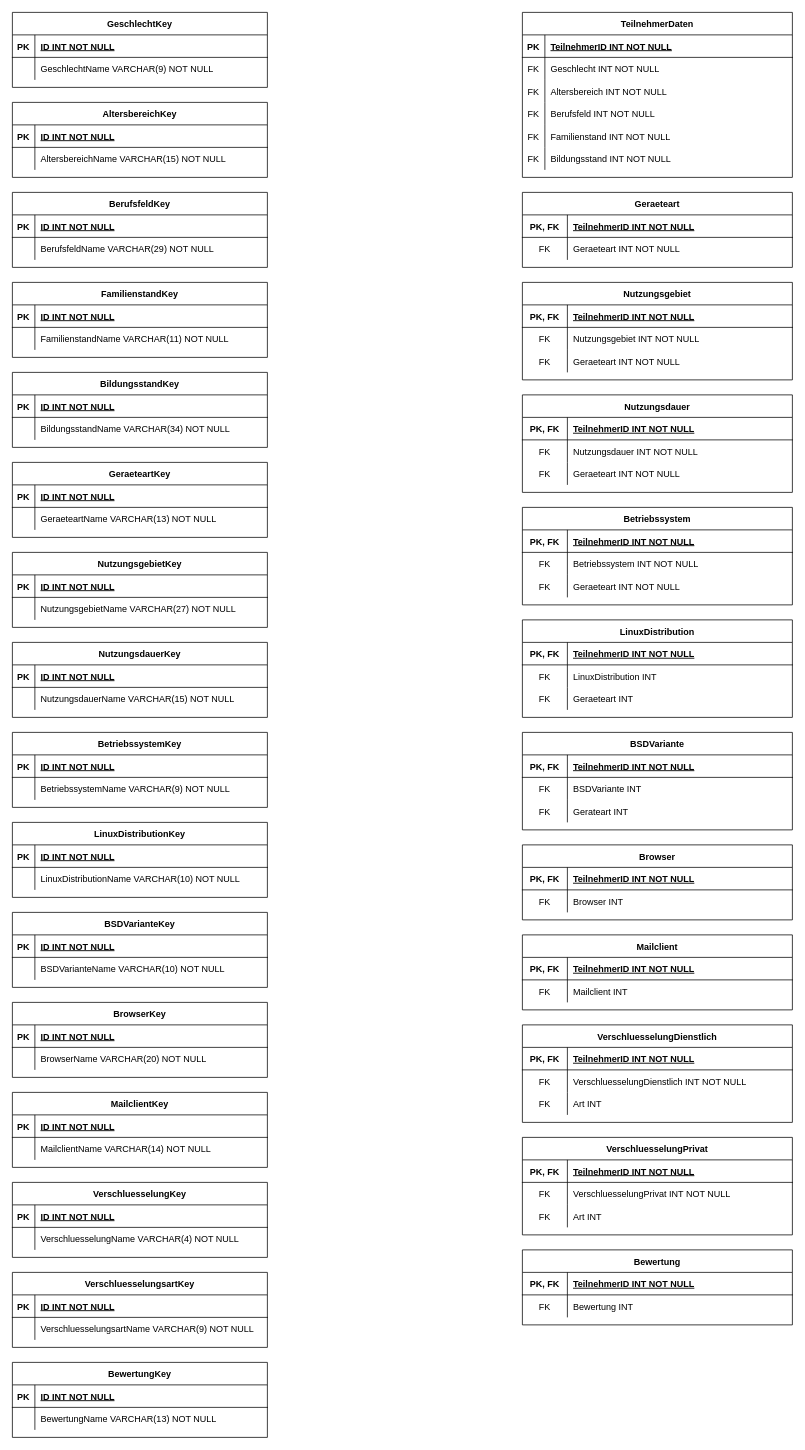
cdr311/survey keeps this draw.io diagram as survey.drawio. Above is the earlier version. Source tidied: cells renumbered, new cells numbered last; positions are measured from the earlier drawing's top-left corner, leaving out a move shared by most shapes. Both pictures are drawn from the tidied source at 75%, with x=0, y=0 at pixel (12, 12).
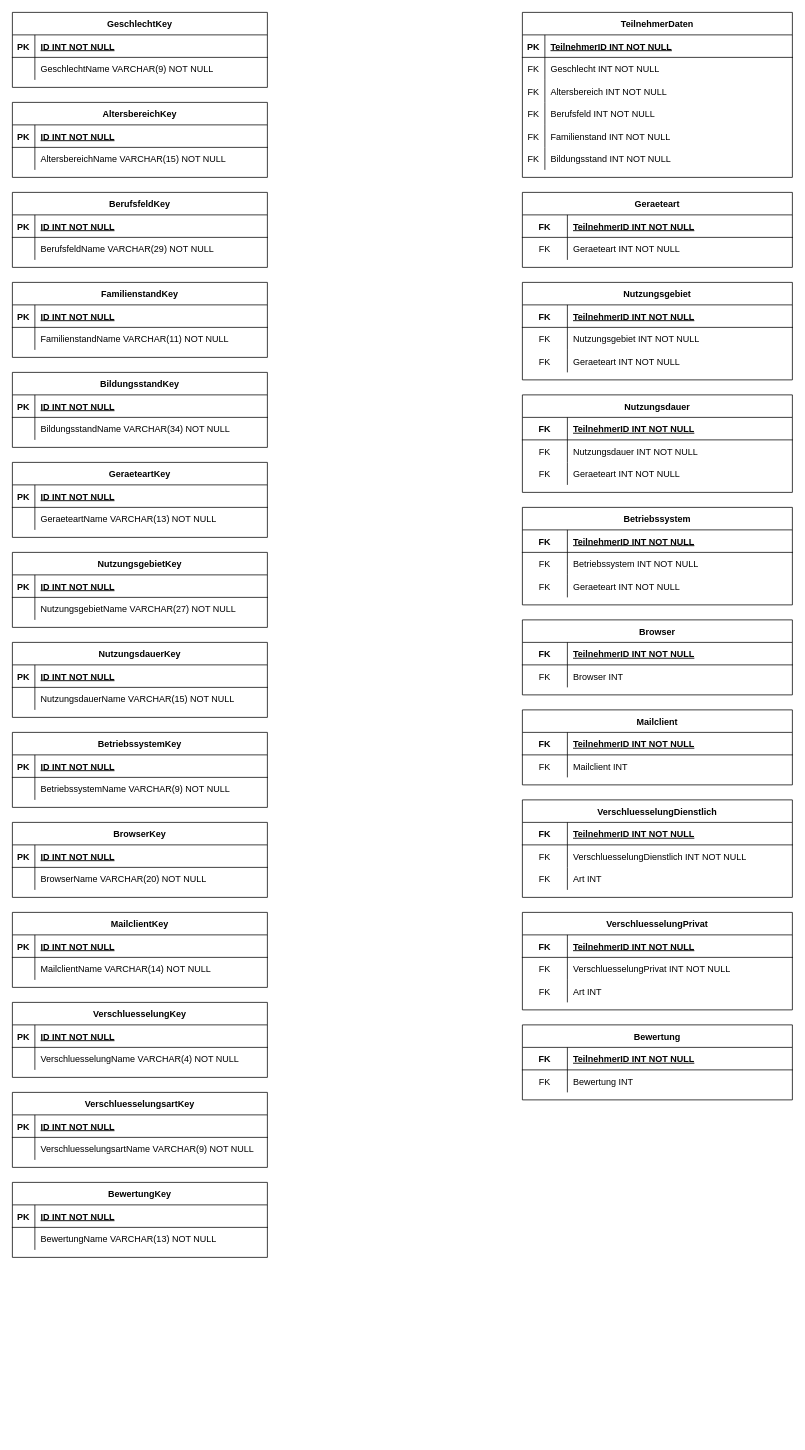
The same page after the edit.

Commit message (it also covers changes not shown here):
Aktualisiere die Grafik zum Datenbankschema

The change refers to these unchanged cells:
```xml
<mxCell id="120" style="shape=tableRow;horizontal=0;startSize=0;swimlaneHead=0;swimlaneBody=0;fillColor=none;top=0;left=0;right=0;bottom=1;" parent="119" vertex="1">
  <mxGeometry y="30" width="360" height="30" as="geometry" />
</mxCell>
<mxCell id="127" style="shape=tableRow;horizontal=0;startSize=0;swimlaneHead=0;swimlaneBody=0;fillColor=none;top=0;left=0;right=0;bottom=1;" parent="126" vertex="1">
  <mxGeometry y="30" width="360" height="30" as="geometry" />
</mxCell>
<mxCell id="137" style="shape=tableRow;horizontal=0;startSize=0;swimlaneHead=0;swimlaneBody=0;fillColor=none;top=0;left=0;right=0;bottom=1;" parent="136" vertex="1">
  <mxGeometry y="30" width="360" height="30" as="geometry" />
</mxCell>
<mxCell id="147" style="shape=tableRow;horizontal=0;startSize=0;swimlaneHead=0;swimlaneBody=0;fillColor=none;top=0;left=0;right=0;bottom=1;" parent="146" vertex="1">
  <mxGeometry y="30" width="360" height="30" as="geometry" />
</mxCell>
<mxCell id="177" style="shape=tableRow;horizontal=0;startSize=0;swimlaneHead=0;swimlaneBody=0;fillColor=none;top=0;left=0;right=0;bottom=1;" parent="176" vertex="1">
  <mxGeometry y="30" width="360" height="30" as="geometry" />
</mxCell>
<mxCell id="184" style="shape=tableRow;horizontal=0;startSize=0;swimlaneHead=0;swimlaneBody=0;fillColor=none;top=0;left=0;right=0;bottom=1;" parent="183" vertex="1">
  <mxGeometry y="30" width="360" height="30" as="geometry" />
</mxCell>
<mxCell id="191" style="shape=tableRow;horizontal=0;startSize=0;swimlaneHead=0;swimlaneBody=0;fillColor=none;top=0;left=0;right=0;bottom=1;" parent="190" vertex="1">
  <mxGeometry y="30" width="360" height="30" as="geometry" />
</mxCell>
<mxCell id="201" style="shape=tableRow;horizontal=0;startSize=0;swimlaneHead=0;swimlaneBody=0;fillColor=none;top=0;left=0;right=0;bottom=1;" parent="200" vertex="1">
  <mxGeometry y="30" width="360" height="30" as="geometry" />
</mxCell>
<mxCell id="211" style="shape=tableRow;horizontal=0;startSize=0;swimlaneHead=0;swimlaneBody=0;fillColor=none;top=0;left=0;right=0;bottom=1;" parent="210" vertex="1">
  <mxGeometry y="30" width="360" height="30" as="geometry" />
</mxCell>
```

Diff of the diagram source:
```diff
@@
-    <mxCell id="51" value="LinuxDistributionKey" style="shape=table;startSize=30;childLayout=tableLayout;rowLines=0;fontStyle=1;align=center;" parent="1" vertex="1">
-      <mxGeometry y="1080" width="340" height="100" as="geometry" />
-    </mxCell>
-    <mxCell id="52" style="shape=tableRow;horizontal=0;startSize=0;swimlaneHead=0;swimlaneBody=0;fillColor=none;top=0;left=0;right=0;bottom=1;" parent="51" vertex="1">
-      <mxGeometry y="30" width="340" height="30" as="geometry" />
-    </mxCell>
-    <mxCell id="53" value="PK" style="shape=partialRectangle;fillColor=none;top=0;left=0;bottom=0;right=0;fontStyle=1;overflow=hidden;" parent="52" vertex="1">
-      <mxGeometry width="30" height="30" as="geometry" />
-    </mxCell>
-    <mxCell id="54" value="ID INT NOT NULL" style="shape=partialRectangle;fillColor=none;top=0;left=0;bottom=0;right=0;align=left;spacingLeft=6;fontStyle=5;overflow=hidden;" parent="52" vertex="1">
-      <mxGeometry x="30" width="310" height="30" as="geometry" />
-    </mxCell>
-    <mxCell id="55" style="shape=tableRow;horizontal=0;startSize=0;swimlaneHead=0;swimlaneBody=0;fillColor=none;top=0;left=0;right=0;bottom=0;" parent="51" vertex="1">
-      <mxGeometry y="60" width="340" height="30" as="geometry" />
-    </mxCell>
-    <mxCell id="56" style="shape=partialRectangle;fillColor=none;top=0;left=0;bottom=0;right=0;overflow=hidden;" parent="55" vertex="1">
-      <mxGeometry width="30" height="30" as="geometry" />
-    </mxCell>
-    <mxCell id="57" value="LinuxDistributionName VARCHAR(10) NOT NULL" style="shape=partialRectangle;fillColor=none;top=0;left=0;bottom=0;right=0;align=left;spacingLeft=6;overflow=hidden;" parent="55" vertex="1">
-      <mxGeometry x="30" width="310" height="30" as="geometry" />
-    </mxCell>
-    <mxCell id="58" value="BSDVarianteKey" style="shape=table;startSize=30;childLayout=tableLayout;rowLines=0;fontStyle=1;align=center;" parent="1" vertex="1">
-      <mxGeometry y="1200" width="340" height="100" as="geometry" />
-    </mxCell>
-    <mxCell id="59" style="shape=tableRow;horizontal=0;startSize=0;swimlaneHead=0;swimlaneBody=0;fillColor=none;top=0;left=0;right=0;bottom=1;" parent="58" vertex="1">
-      <mxGeometry y="30" width="340" height="30" as="geometry" />
-    </mxCell>
-    <mxCell id="60" value="PK" style="shape=partialRectangle;fillColor=none;top=0;left=0;bottom=0;right=0;fontStyle=1;overflow=hidden;" parent="59" vertex="1">
-      <mxGeometry width="30" height="30" as="geometry" />
-    </mxCell>
-    <mxCell id="61" value="ID INT NOT NULL" style="shape=partialRectangle;fillColor=none;top=0;left=0;bottom=0;right=0;align=left;spacingLeft=6;fontStyle=5;overflow=hidden;" parent="59" vertex="1">
-      <mxGeometry x="30" width="310" height="30" as="geometry" />
-    </mxCell>
-    <mxCell id="62" style="shape=tableRow;horizontal=0;startSize=0;swimlaneHead=0;swimlaneBody=0;fillColor=none;top=0;left=0;right=0;bottom=0;" parent="58" vertex="1">
-      <mxGeometry y="60" width="340" height="30" as="geometry" />
-    </mxCell>
-    <mxCell id="63" style="shape=partialRectangle;fillColor=none;top=0;left=0;bottom=0;right=0;overflow=hidden;" parent="62" vertex="1">
-      <mxGeometry width="30" height="30" as="geometry" />
-    </mxCell>
-    <mxCell id="64" value="BSDVarianteName VARCHAR(10) NOT NULL" style="shape=partialRectangle;fillColor=none;top=0;left=0;bottom=0;right=0;align=left;spacingLeft=6;overflow=hidden;" parent="62" vertex="1">
-      <mxGeometry x="30" width="310" height="30" as="geometry" />
-    </mxCell>
     <mxCell id="65" value="BrowserKey" style="shape=table;startSize=30;childLayout=tableLayout;rowLines=0;fontStyle=1;align=center;" parent="1" vertex="1">
-      <mxGeometry y="1320" width="340" height="100" as="geometry" />
+      <mxGeometry y="1080" width="340" height="100" as="geometry" />
     </mxCell>
@@
     <mxCell id="72" value="MailclientKey" style="shape=table;startSize=30;childLayout=tableLayout;rowLines=0;fontStyle=1;align=center;" parent="1" vertex="1">
-      <mxGeometry y="1440" width="340" height="100" as="geometry" />
+      <mxGeometry y="1200" width="340" height="100" as="geometry" />
     </mxCell>
@@
     <mxCell id="79" value="VerschluesselungKey" style="shape=table;startSize=30;childLayout=tableLayout;rowLines=0;fontStyle=1;align=center;" parent="1" vertex="1">
-      <mxGeometry y="1560" width="340" height="100" as="geometry" />
+      <mxGeometry y="1320" width="340" height="100" as="geometry" />
     </mxCell>
@@
     <mxCell id="86" value="VerschluesselungsartKey" style="shape=table;startSize=30;childLayout=tableLayout;rowLines=0;fontStyle=1;align=center;" parent="1" vertex="1">
-      <mxGeometry y="1680" width="340" height="100" as="geometry" />
+      <mxGeometry y="1440" width="340" height="100" as="geometry" />
     </mxCell>
@@
     <mxCell id="93" value="BewertungKey" style="shape=table;startSize=30;childLayout=tableLayout;rowLines=0;fontStyle=1;align=center;" parent="1" vertex="1">
-      <mxGeometry y="1800" width="340" height="100" as="geometry" />
+      <mxGeometry y="1560" width="340" height="100" as="geometry" />
     </mxCell>
@@
-    <mxCell id="121" value="PK, FK" style="shape=partialRectangle;fillColor=none;top=0;left=0;bottom=0;right=0;fontStyle=1;overflow=hidden;" parent="120" vertex="1">
+    <mxCell id="121" value="FK" style="shape=partialRectangle;fillColor=none;top=0;left=0;bottom=0;right=0;fontStyle=1;overflow=hidden;" parent="120" vertex="1">
       <mxGeometry width="60" height="30" as="geometry" />
     </mxCell>
@@
-    <mxCell id="128" value="PK, FK" style="shape=partialRectangle;fillColor=none;top=0;left=0;bottom=0;right=0;fontStyle=1;overflow=hidden;" parent="127" vertex="1">
+    <mxCell id="128" value="FK" style="shape=partialRectangle;fillColor=none;top=0;left=0;bottom=0;right=0;fontStyle=1;overflow=hidden;" parent="127" vertex="1">
       <mxGeometry width="60" height="30" as="geometry" />
     </mxCell>
@@
-    <mxCell id="138" value="PK, FK" style="shape=partialRectangle;fillColor=none;top=0;left=0;bottom=0;right=0;fontStyle=1;overflow=hidden;" parent="137" vertex="1">
+    <mxCell id="138" value="FK" style="shape=partialRectangle;fillColor=none;top=0;left=0;bottom=0;right=0;fontStyle=1;overflow=hidden;" parent="137" vertex="1">
       <mxGeometry width="60" height="30" as="geometry" />
     </mxCell>
@@
-    <mxCell id="148" value="PK, FK" style="shape=partialRectangle;fillColor=none;top=0;left=0;bottom=0;right=0;fontStyle=1;overflow=hidden;" parent="147" vertex="1">
+    <mxCell id="148" value="FK" style="shape=partialRectangle;fillColor=none;top=0;left=0;bottom=0;right=0;fontStyle=1;overflow=hidden;" parent="147" vertex="1">
       <mxGeometry width="60" height="30" as="geometry" />
     </mxCell>
@@
-    <mxCell id="156" value="LinuxDistribution" style="shape=table;startSize=30;childLayout=tableLayout;rowLines=0;fontStyle=1;align=center;" parent="1" vertex="1">
-      <mxGeometry x="680" y="810" width="360" height="130" as="geometry" />
-    </mxCell>
-    <mxCell id="157" style="shape=tableRow;horizontal=0;startSize=0;swimlaneHead=0;swimlaneBody=0;fillColor=none;top=0;left=0;right=0;bottom=1;" parent="156" vertex="1">
-      <mxGeometry y="30" width="360" height="30" as="geometry" />
-    </mxCell>
-    <mxCell id="158" value="PK, FK" style="shape=partialRectangle;fillColor=none;top=0;left=0;bottom=0;right=0;fontStyle=1;overflow=hidden;" parent="157" vertex="1">
-      <mxGeometry width="60" height="30" as="geometry" />
-    </mxCell>
-    <mxCell id="159" value="TeilnehmerID INT NOT NULL" style="shape=partialRectangle;fillColor=none;top=0;left=0;bottom=0;right=0;align=left;spacingLeft=6;fontStyle=5;overflow=hidden;" parent="157" vertex="1">
-      <mxGeometry x="60" width="300" height="30" as="geometry" />
-    </mxCell>
-    <mxCell id="160" style="shape=tableRow;horizontal=0;startSize=0;swimlaneHead=0;swimlaneBody=0;fillColor=none;top=0;left=0;right=0;bottom=0;" parent="156" vertex="1">
-      <mxGeometry y="60" width="360" height="30" as="geometry" />
-    </mxCell>
-    <mxCell id="161" value="FK" style="shape=partialRectangle;fillColor=none;top=0;left=0;bottom=0;right=0;overflow=hidden;" parent="160" vertex="1">
-      <mxGeometry width="60" height="30" as="geometry" />
-    </mxCell>
-    <mxCell id="162" value="LinuxDistribution INT" style="shape=partialRectangle;fillColor=none;top=0;left=0;bottom=0;right=0;align=left;spacingLeft=6;overflow=hidden;" parent="160" vertex="1">
-      <mxGeometry x="60" width="300" height="30" as="geometry" />
-    </mxCell>
-    <mxCell id="163" style="shape=tableRow;horizontal=0;startSize=0;swimlaneHead=0;swimlaneBody=0;fillColor=none;top=0;left=0;right=0;bottom=0;" parent="156" vertex="1">
-      <mxGeometry y="90" width="360" height="30" as="geometry" />
-    </mxCell>
-    <mxCell id="164" value="FK" style="shape=partialRectangle;fillColor=none;top=0;left=0;bottom=0;right=0;overflow=hidden;" parent="163" vertex="1">
-      <mxGeometry width="60" height="30" as="geometry" />
-    </mxCell>
-    <mxCell id="165" value="Geraeteart INT" style="shape=partialRectangle;fillColor=none;top=0;left=0;bottom=0;right=0;align=left;spacingLeft=6;overflow=hidden;" parent="163" vertex="1">
-      <mxGeometry x="60" width="300" height="30" as="geometry" />
-    </mxCell>
-    <mxCell id="166" value="BSDVariante" style="shape=table;startSize=30;childLayout=tableLayout;rowLines=0;fontStyle=1;align=center;" parent="1" vertex="1">
-      <mxGeometry x="680" y="960" width="360" height="130" as="geometry" />
-    </mxCell>
-    <mxCell id="167" style="shape=tableRow;horizontal=0;startSize=0;swimlaneHead=0;swimlaneBody=0;fillColor=none;top=0;left=0;right=0;bottom=1;" parent="166" vertex="1">
-      <mxGeometry y="30" width="360" height="30" as="geometry" />
-    </mxCell>
-    <mxCell id="168" value="PK, FK" style="shape=partialRectangle;fillColor=none;top=0;left=0;bottom=0;right=0;fontStyle=1;overflow=hidden;" parent="167" vertex="1">
-      <mxGeometry width="60" height="30" as="geometry" />
-    </mxCell>
-    <mxCell id="169" value="TeilnehmerID INT NOT NULL" style="shape=partialRectangle;fillColor=none;top=0;left=0;bottom=0;right=0;align=left;spacingLeft=6;fontStyle=5;overflow=hidden;" parent="167" vertex="1">
-      <mxGeometry x="60" width="300" height="30" as="geometry" />
-    </mxCell>
-    <mxCell id="170" style="shape=tableRow;horizontal=0;startSize=0;swimlaneHead=0;swimlaneBody=0;fillColor=none;top=0;left=0;right=0;bottom=0;" parent="166" vertex="1">
-      <mxGeometry y="60" width="360" height="30" as="geometry" />
-    </mxCell>
-    <mxCell id="171" value="FK" style="shape=partialRectangle;fillColor=none;top=0;left=0;bottom=0;right=0;overflow=hidden;" parent="170" vertex="1">
-      <mxGeometry width="60" height="30" as="geometry" />
-    </mxCell>
-    <mxCell id="172" value="BSDVariante INT" style="shape=partialRectangle;fillColor=none;top=0;left=0;bottom=0;right=0;align=left;spacingLeft=6;overflow=hidden;" parent="170" vertex="1">
-      <mxGeometry x="60" width="300" height="30" as="geometry" />
-    </mxCell>
-    <mxCell id="173" style="shape=tableRow;horizontal=0;startSize=0;swimlaneHead=0;swimlaneBody=0;fillColor=none;top=0;left=0;right=0;bottom=0;" parent="166" vertex="1">
-      <mxGeometry y="90" width="360" height="30" as="geometry" />
-    </mxCell>
-    <mxCell id="174" value="FK" style="shape=partialRectangle;fillColor=none;top=0;left=0;bottom=0;right=0;overflow=hidden;" parent="173" vertex="1">
-      <mxGeometry width="60" height="30" as="geometry" />
-    </mxCell>
-    <mxCell id="175" value="Gerateart INT" style="shape=partialRectangle;fillColor=none;top=0;left=0;bottom=0;right=0;align=left;spacingLeft=6;overflow=hidden;" parent="173" vertex="1">
-      <mxGeometry x="60" width="300" height="30" as="geometry" />
-    </mxCell>
     <mxCell id="176" value="Browser" style="shape=table;startSize=30;childLayout=tableLayout;rowLines=0;fontStyle=1;align=center;" parent="1" vertex="1">
-      <mxGeometry x="680" y="1110" width="360" height="100" as="geometry" />
+      <mxGeometry x="680" y="810" width="360" height="100" as="geometry" />
     </mxCell>
@@
-    <mxCell id="178" value="PK, FK" style="shape=partialRectangle;fillColor=none;top=0;left=0;bottom=0;right=0;fontStyle=1;overflow=hidden;" parent="177" vertex="1">
+    <mxCell id="178" value="FK" style="shape=partialRectangle;fillColor=none;top=0;left=0;bottom=0;right=0;fontStyle=1;overflow=hidden;" parent="177" vertex="1">
       <mxGeometry width="60" height="30" as="geometry" />
     </mxCell>
@@
     <mxCell id="183" value="Mailclient" style="shape=table;startSize=30;childLayout=tableLayout;rowLines=0;fontStyle=1;align=center;" parent="1" vertex="1">
-      <mxGeometry x="680" y="1230" width="360" height="100" as="geometry" />
+      <mxGeometry x="680" y="930" width="360" height="100" as="geometry" />
     </mxCell>
@@
-    <mxCell id="185" value="PK, FK" style="shape=partialRectangle;fillColor=none;top=0;left=0;bottom=0;right=0;fontStyle=1;overflow=hidden;" parent="184" vertex="1">
+    <mxCell id="185" value="FK" style="shape=partialRectangle;fillColor=none;top=0;left=0;bottom=0;right=0;fontStyle=1;overflow=hidden;" parent="184" vertex="1">
       <mxGeometry width="60" height="30" as="geometry" />
     </mxCell>
@@
     <mxCell id="190" value="VerschluesselungDienstlich" style="shape=table;startSize=30;childLayout=tableLayout;rowLines=0;fontStyle=1;align=center;" parent="1" vertex="1">
-      <mxGeometry x="680" y="1350" width="360" height="130" as="geometry" />
+      <mxGeometry x="680" y="1050" width="360" height="130" as="geometry" />
     </mxCell>
@@
-    <mxCell id="192" value="PK, FK" style="shape=partialRectangle;fillColor=none;top=0;left=0;bottom=0;right=0;fontStyle=1;overflow=hidden;" parent="191" vertex="1">
+    <mxCell id="192" value="FK" style="shape=partialRectangle;fillColor=none;top=0;left=0;bottom=0;right=0;fontStyle=1;overflow=hidden;" parent="191" vertex="1">
       <mxGeometry width="60" height="30" as="geometry" />
     </mxCell>
@@
     <mxCell id="200" value="VerschluesselungPrivat" style="shape=table;startSize=30;childLayout=tableLayout;rowLines=0;fontStyle=1;align=center;" parent="1" vertex="1">
-      <mxGeometry x="680" y="1500" width="360" height="130" as="geometry" />
+      <mxGeometry x="680" y="1200" width="360" height="130" as="geometry" />
     </mxCell>
@@
-    <mxCell id="202" value="PK, FK" style="shape=partialRectangle;fillColor=none;top=0;left=0;bottom=0;right=0;fontStyle=1;overflow=hidden;" parent="201" vertex="1">
+    <mxCell id="202" value="FK" style="shape=partialRectangle;fillColor=none;top=0;left=0;bottom=0;right=0;fontStyle=1;overflow=hidden;" parent="201" vertex="1">
       <mxGeometry width="60" height="30" as="geometry" />
     </mxCell>
@@
     <mxCell id="210" value="Bewertung" style="shape=table;startSize=30;childLayout=tableLayout;rowLines=0;fontStyle=1;align=center;" parent="1" vertex="1">
-      <mxGeometry x="680" y="1650" width="360" height="100" as="geometry" />
+      <mxGeometry x="680" y="1350" width="360" height="100" as="geometry" />
     </mxCell>
@@
-    <mxCell id="212" value="PK, FK" style="shape=partialRectangle;fillColor=none;top=0;left=0;bottom=0;right=0;fontStyle=1;overflow=hidden;" parent="211" vertex="1">
+    <mxCell id="212" value="FK" style="shape=partialRectangle;fillColor=none;top=0;left=0;bottom=0;right=0;fontStyle=1;overflow=hidden;" parent="211" vertex="1">
       <mxGeometry width="60" height="30" as="geometry" />
     </mxCell>
```
